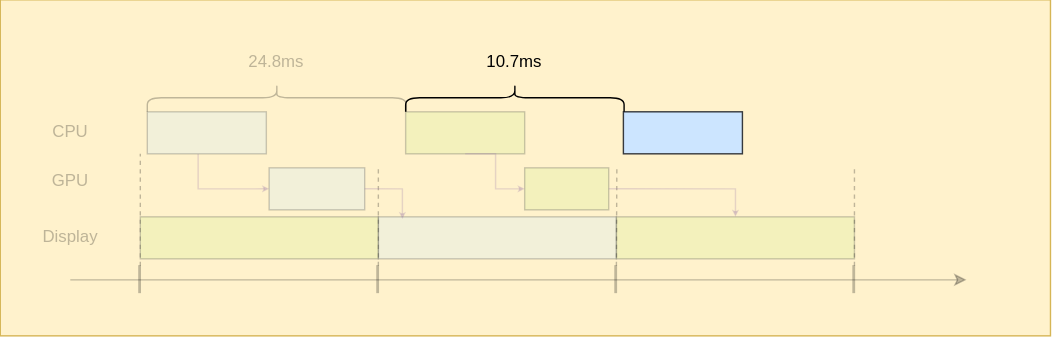
Before: public/posts/timestep-and-frame-pacing-2/resources/croteam_7.svg, a diagram exported from draw.io (raylee9919/raylee9919.github.io). Source tidied: cells renumbered, new cells last; positions are measured from the earlier drawing's top-left corner, leaving out a move shared by most shapes. Its diagram source:
```xml
<mxGraphModel>
  <root>
    <mxCell id="0" />
    <mxCell id="1" parent="0" />
    <mxCell id="2" style="rounded=0;whiteSpace=wrap;html=1;fillColor=#fff2cc;strokeColor=#d6b656;" parent="1" vertex="1">
      <mxGeometry y="22" width="750" height="240" as="geometry" />
    </mxCell>
    <mxCell id="3" style="endArrow=classic;html=1;rounded=0;entryX=0;entryY=0.5;entryDx=0;entryDy=0;opacity=25;" parent="1" edge="1">
      <mxGeometry relative="1" as="geometry">
        <mxPoint x="50" y="222" as="sourcePoint" />
        <mxPoint x="690" y="222" as="targetPoint" />
      </mxGeometry>
    </mxCell>
    <mxCell id="4" style="endArrow=none;html=1;rounded=0;strokeWidth=2;opacity=25;" parent="1" edge="1">
      <mxGeometry relative="1" as="geometry">
        <mxPoint x="100" y="232" as="sourcePoint" />
        <mxPoint x="100" y="212" as="targetPoint" />
      </mxGeometry>
    </mxCell>
    <mxCell id="5" style="rounded=0;whiteSpace=wrap;html=1;fillColor=#cce5ff;strokeColor=#36393d;textOpacity=25;opacity=25;" parent="1" vertex="1">
      <mxGeometry x="105" y="102" width="85" height="30" as="geometry" />
    </mxCell>
    <mxCell id="6" style="rounded=0;whiteSpace=wrap;html=1;fillColor=#cce5ff;strokeColor=#36393d;opacity=25;" parent="1" vertex="1">
      <mxGeometry x="192" y="142" width="68.2" height="30" as="geometry" />
    </mxCell>
    <mxCell id="7" style="rounded=0;whiteSpace=wrap;html=1;fillColor=#cce5ff;strokeColor=#36393d;opacity=25;" parent="1" vertex="1">
      <mxGeometry x="270" y="177" width="170" height="30" as="geometry" />
    </mxCell>
    <mxCell id="8" style="endArrow=none;html=1;rounded=0;strokeWidth=2;opacity=25;" parent="1" edge="1">
      <mxGeometry relative="1" as="geometry">
        <mxPoint x="270" y="232" as="sourcePoint" />
        <mxPoint x="270" y="212" as="targetPoint" />
      </mxGeometry>
    </mxCell>
    <mxCell id="9" style="endArrow=none;html=1;rounded=0;strokeWidth=2;opacity=25;" parent="1" edge="1">
      <mxGeometry relative="1" as="geometry">
        <mxPoint x="440" y="232" as="sourcePoint" />
        <mxPoint x="440" y="212" as="targetPoint" />
      </mxGeometry>
    </mxCell>
    <mxCell id="10" style="endArrow=none;dashed=1;html=1;rounded=0;entryX=0;entryY=1;entryDx=0;entryDy=0;opacity=25;" parent="1" edge="1">
      <mxGeometry relative="1" as="geometry">
        <mxPoint x="100" y="212" as="sourcePoint" />
        <mxPoint x="100" y="132" as="targetPoint" />
      </mxGeometry>
    </mxCell>
    <mxCell id="11" style="endArrow=none;dashed=1;html=1;rounded=0;entryX=0;entryY=1;entryDx=0;entryDy=0;opacity=25;" parent="1" edge="1">
      <mxGeometry relative="1" as="geometry">
        <mxPoint x="270" y="212" as="sourcePoint" />
        <mxPoint x="270" y="142" as="targetPoint" />
      </mxGeometry>
    </mxCell>
    <mxCell id="12" style="endArrow=classic;html=1;rounded=0;exitX=0.427;exitY=1.007;exitDx=0;exitDy=0;entryX=0;entryY=0.5;entryDx=0;entryDy=0;endSize=2;edgeStyle=orthogonalEdgeStyle;fillColor=#e1d5e7;strokeColor=#9673a6;exitPerimeter=0;opacity=25;" parent="1" edge="1" source="5" target="6">
      <mxGeometry relative="1" as="geometry" />
    </mxCell>
    <mxCell id="13" style="endArrow=classic;html=1;rounded=0;exitX=1;exitY=0.5;exitDx=0;exitDy=0;endSize=2;edgeStyle=orthogonalEdgeStyle;entryX=0.101;entryY=0.052;entryDx=0;entryDy=0;fillColor=#e1d5e7;strokeColor=#9673a6;entryPerimeter=0;opacity=25;" parent="1" edge="1" source="6" target="7">
      <mxGeometry relative="1" as="geometry" />
    </mxCell>
    <mxCell id="14" style="rounded=0;whiteSpace=wrap;html=1;fillColor=#cdeb8b;strokeColor=#36393d;opacity=25;" parent="1" vertex="1">
      <mxGeometry x="100" y="177" width="170" height="30" as="geometry" />
    </mxCell>
    <mxCell id="15" style="endArrow=none;html=1;rounded=0;strokeWidth=2;opacity=25;" parent="1" edge="1">
      <mxGeometry relative="1" as="geometry">
        <mxPoint x="610" y="232" as="sourcePoint" />
        <mxPoint x="610" y="212" as="targetPoint" />
      </mxGeometry>
    </mxCell>
    <mxCell id="16" style="rounded=0;whiteSpace=wrap;html=1;fillColor=#cdeb8b;strokeColor=#36393d;opacity=25;" parent="1" vertex="1">
      <mxGeometry x="440" y="177" width="170" height="30" as="geometry" />
    </mxCell>
    <mxCell id="17" style="endArrow=none;dashed=1;html=1;rounded=0;entryX=0.75;entryY=0;entryDx=0;entryDy=0;opacity=25;" parent="1" edge="1">
      <mxGeometry relative="1" as="geometry">
        <mxPoint x="610" y="212" as="sourcePoint" />
        <mxPoint x="610" y="142" as="targetPoint" />
      </mxGeometry>
    </mxCell>
    <mxCell id="18" style="rounded=0;whiteSpace=wrap;html=1;fillColor=#cdeb8b;strokeColor=#36393d;opacity=25;" parent="1" vertex="1">
      <mxGeometry x="289.5" y="102" width="85" height="30" as="geometry" />
    </mxCell>
    <mxCell id="19" style="rounded=0;whiteSpace=wrap;html=1;fillColor=#cdeb8b;strokeColor=#36393d;textOpacity=25;opacity=25;" parent="1" vertex="1">
      <mxGeometry x="374.5" y="142" width="60" height="30" as="geometry" />
    </mxCell>
    <mxCell id="20" style="endArrow=none;dashed=1;html=1;rounded=0;entryX=0.664;entryY=0.01;entryDx=0;entryDy=0;entryPerimeter=0;opacity=25;" parent="1" edge="1">
      <mxGeometry relative="1" as="geometry">
        <mxPoint x="440" y="212" as="sourcePoint" />
        <mxPoint x="440.3" y="142.3" as="targetPoint" />
      </mxGeometry>
    </mxCell>
    <mxCell id="21" style="endArrow=classic;html=1;rounded=0;exitX=1;exitY=0.5;exitDx=0;exitDy=0;endSize=2;edgeStyle=orthogonalEdgeStyle;fillColor=#e1d5e7;strokeColor=#9673a6;opacity=25;" parent="1" edge="1" source="19" target="16">
      <mxGeometry relative="1" as="geometry" />
    </mxCell>
    <mxCell id="22" style="shape=curlyBracket;whiteSpace=wrap;html=1;rounded=1;flipH=1;labelPosition=right;verticalLabelPosition=middle;align=left;verticalAlign=middle;legacyAnchorPoints=0;rotation=-90;textOpacity=25;opacity=25;" parent="1" vertex="1">
      <mxGeometry x="187.5" y="-0.5" width="20" height="185" as="geometry" />
    </mxCell>
    <mxCell id="23" value="24.8ms" style="text;html=1;whiteSpace=wrap;strokeColor=none;fillColor=none;align=center;verticalAlign=middle;rounded=0;textOpacity=25;" parent="1" vertex="1">
      <mxGeometry x="167.5" y="52" width="60" height="30" as="geometry" />
    </mxCell>
    <mxCell id="24" value="CPU" style="text;html=1;whiteSpace=wrap;strokeColor=none;fillColor=none;align=center;verticalAlign=middle;rounded=0;textOpacity=25;" parent="1" vertex="1">
      <mxGeometry x="20" y="102" width="60" height="30" as="geometry" />
    </mxCell>
    <mxCell id="25" value="GPU" style="text;html=1;whiteSpace=wrap;strokeColor=none;fillColor=none;align=center;verticalAlign=middle;rounded=0;textOpacity=25;" parent="1" vertex="1">
      <mxGeometry x="20" y="137" width="60" height="30" as="geometry" />
    </mxCell>
    <mxCell id="26" value="Display" style="text;html=1;whiteSpace=wrap;strokeColor=none;fillColor=none;align=center;verticalAlign=middle;rounded=0;textOpacity=25;" parent="1" vertex="1">
      <mxGeometry x="20" y="177" width="60" height="30" as="geometry" />
    </mxCell>
    <mxCell id="27" style="endArrow=classic;html=1;rounded=0;exitX=0.5;exitY=1;exitDx=0;exitDy=0;entryX=0;entryY=0.5;entryDx=0;entryDy=0;endSize=2;edgeStyle=orthogonalEdgeStyle;fillColor=#e1d5e7;strokeColor=#9673a6;textOpacity=25;opacity=25;" parent="1" edge="1" target="19">
      <mxGeometry relative="1" as="geometry">
        <mxPoint x="332" y="132" as="sourcePoint" />
      </mxGeometry>
    </mxCell>
    <mxCell id="28" style="rounded=0;whiteSpace=wrap;html=1;fillColor=#cce5ff;strokeColor=#36393d;" parent="1" vertex="1">
      <mxGeometry x="445" y="102" width="85" height="30" as="geometry" />
    </mxCell>
    <mxCell id="29" style="shape=curlyBracket;whiteSpace=wrap;html=1;rounded=1;flipH=1;labelPosition=right;verticalLabelPosition=middle;align=left;verticalAlign=middle;legacyAnchorPoints=0;rotation=-90;textOpacity=25;" parent="1" vertex="1">
      <mxGeometry x="357.5" y="14" width="20" height="156" as="geometry" />
    </mxCell>
    <mxCell id="30" value="10.7ms" style="text;html=1;whiteSpace=wrap;strokeColor=none;fillColor=none;align=center;verticalAlign=middle;rounded=0;" parent="1" vertex="1">
      <mxGeometry x="337.5" y="52" width="60" height="30" as="geometry" />
    </mxCell>
  </root>
</mxGraphModel>
```
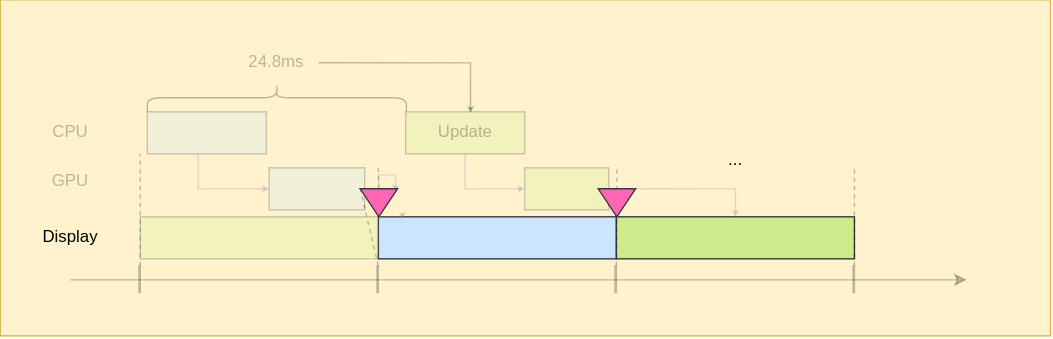
Above is the later version.

Diff of the diagram source:
```diff
@@ -23,7 +23,7 @@
     <mxCell id="6" style="rounded=0;whiteSpace=wrap;html=1;fillColor=#cce5ff;strokeColor=#36393d;opacity=25;" parent="1" vertex="1">
       <mxGeometry x="192" y="142" width="68.2" height="30" as="geometry" />
     </mxCell>
-    <mxCell id="7" style="rounded=0;whiteSpace=wrap;html=1;fillColor=#cce5ff;strokeColor=#36393d;opacity=25;" parent="1" vertex="1">
+    <mxCell id="7" style="rounded=0;whiteSpace=wrap;html=1;fillColor=#cce5ff;strokeColor=#36393d;" parent="1" vertex="1">
       <mxGeometry x="270" y="177" width="170" height="30" as="geometry" />
     </mxCell>
     <mxCell id="8" style="endArrow=none;html=1;rounded=0;strokeWidth=2;opacity=25;" parent="1" edge="1">
@@ -44,16 +44,15 @@
         <mxPoint x="100" y="132" as="targetPoint" />
       </mxGeometry>
     </mxCell>
-    <mxCell id="11" style="endArrow=none;dashed=1;html=1;rounded=0;entryX=0;entryY=1;entryDx=0;entryDy=0;opacity=25;" parent="1" edge="1">
+    <mxCell id="11" style="endArrow=none;dashed=1;html=1;rounded=0;entryX=0;entryY=1;entryDx=0;entryDy=0;opacity=25;" parent="1" edge="1" source="33">
       <mxGeometry relative="1" as="geometry">
-        <mxPoint x="270" y="212" as="sourcePoint" />
         <mxPoint x="270" y="142" as="targetPoint" />
       </mxGeometry>
     </mxCell>
     <mxCell id="12" style="endArrow=classic;html=1;rounded=0;exitX=0.427;exitY=1.007;exitDx=0;exitDy=0;entryX=0;entryY=0.5;entryDx=0;entryDy=0;endSize=2;edgeStyle=orthogonalEdgeStyle;fillColor=#e1d5e7;strokeColor=#9673a6;exitPerimeter=0;opacity=25;" parent="1" edge="1" source="5" target="6">
       <mxGeometry relative="1" as="geometry" />
     </mxCell>
-    <mxCell id="13" style="endArrow=classic;html=1;rounded=0;exitX=1;exitY=0.5;exitDx=0;exitDy=0;endSize=2;edgeStyle=orthogonalEdgeStyle;entryX=0.101;entryY=0.052;entryDx=0;entryDy=0;fillColor=#e1d5e7;strokeColor=#9673a6;entryPerimeter=0;opacity=25;" parent="1" edge="1" source="6" target="7">
+    <mxCell id="13" style="endArrow=classic;html=1;rounded=0;exitX=1;exitY=0.5;exitDx=0;exitDy=0;endSize=2;edgeStyle=orthogonalEdgeStyle;entryX=0.101;entryY=0.052;entryDx=0;entryDy=0;fillColor=#e1d5e7;strokeColor=#9673a6;entryPerimeter=0;opacity=25;" parent="1" edge="1" source="33" target="7">
       <mxGeometry relative="1" as="geometry" />
     </mxCell>
     <mxCell id="14" style="rounded=0;whiteSpace=wrap;html=1;fillColor=#cdeb8b;strokeColor=#36393d;opacity=25;" parent="1" vertex="1">
@@ -65,7 +64,7 @@
         <mxPoint x="610" y="212" as="targetPoint" />
       </mxGeometry>
     </mxCell>
-    <mxCell id="16" style="rounded=0;whiteSpace=wrap;html=1;fillColor=#cdeb8b;strokeColor=#36393d;opacity=25;" parent="1" vertex="1">
+    <mxCell id="16" style="rounded=0;whiteSpace=wrap;html=1;fillColor=#cdeb8b;strokeColor=#36393d;" parent="1" vertex="1">
       <mxGeometry x="440" y="177" width="170" height="30" as="geometry" />
     </mxCell>
     <mxCell id="17" style="endArrow=none;dashed=1;html=1;rounded=0;entryX=0.75;entryY=0;entryDx=0;entryDy=0;opacity=25;" parent="1" edge="1">
@@ -86,37 +85,49 @@
         <mxPoint x="440.3" y="142.3" as="targetPoint" />
       </mxGeometry>
     </mxCell>
-    <mxCell id="21" style="endArrow=classic;html=1;rounded=0;exitX=1;exitY=0.5;exitDx=0;exitDy=0;endSize=2;edgeStyle=orthogonalEdgeStyle;fillColor=#e1d5e7;strokeColor=#9673a6;opacity=25;" parent="1" edge="1" source="19" target="16">
-      <mxGeometry relative="1" as="geometry" />
+    <mxCell id="21" value="..." style="text;html=1;whiteSpace=wrap;strokeColor=none;fillColor=none;align=center;verticalAlign=middle;rounded=0;opacity=25;" parent="1" vertex="1">
+      <mxGeometry x="495" y="122" width="60" height="30" as="geometry" />
     </mxCell>
-    <mxCell id="22" style="shape=curlyBracket;whiteSpace=wrap;html=1;rounded=1;flipH=1;labelPosition=right;verticalLabelPosition=middle;align=left;verticalAlign=middle;legacyAnchorPoints=0;rotation=-90;textOpacity=25;opacity=25;" parent="1" vertex="1">
-      <mxGeometry x="187.5" y="-0.5" width="20" height="185" as="geometry" />
+    <mxCell id="22" style="endArrow=classic;html=1;rounded=0;exitX=1;exitY=0.5;exitDx=0;exitDy=0;endSize=2;edgeStyle=orthogonalEdgeStyle;fillColor=#e1d5e7;strokeColor=#9673a6;opacity=25;" parent="1" edge="1" source="19" target="16">
+      <mxGeometry relative="1" as="geometry" />
     </mxCell>
-    <mxCell id="23" value="24.8ms" style="text;html=1;whiteSpace=wrap;strokeColor=none;fillColor=none;align=center;verticalAlign=middle;rounded=0;textOpacity=25;" parent="1" vertex="1">
-      <mxGeometry x="167.5" y="52" width="60" height="30" as="geometry" />
+    <mxCell id="23" style="shape=curlyBracket;whiteSpace=wrap;html=1;rounded=1;flipH=1;labelPosition=right;verticalLabelPosition=middle;align=left;verticalAlign=middle;legacyAnchorPoints=0;rotation=-90;textOpacity=25;opacity=25;" parent="1" vertex="1">
+      <mxGeometry x="187.5" y="-0.5" width="20" height="185" as="geometry" />
     </mxCell>
-    <mxCell id="24" value="CPU" style="text;html=1;whiteSpace=wrap;strokeColor=none;fillColor=none;align=center;verticalAlign=middle;rounded=0;textOpacity=25;" parent="1" vertex="1">
-      <mxGeometry x="20" y="102" width="60" height="30" as="geometry" />
+    <mxCell id="24" value="24.8ms" style="text;html=1;whiteSpace=wrap;strokeColor=none;fillColor=none;align=center;verticalAlign=middle;rounded=0;textOpacity=25;" parent="1" vertex="1">
+      <mxGeometry x="167.5" y="52" width="60" height="30" as="geometry" />
     </mxCell>
-    <mxCell id="25" value="GPU" style="text;html=1;whiteSpace=wrap;strokeColor=none;fillColor=none;align=center;verticalAlign=middle;rounded=0;textOpacity=25;" parent="1" vertex="1">
-      <mxGeometry x="20" y="137" width="60" height="30" as="geometry" />
+    <mxCell id="25" style="endArrow=classic;html=1;rounded=0;exitX=1;exitY=0.5;exitDx=0;exitDy=0;entryX=0.545;entryY=0.029;entryDx=0;entryDy=0;entryPerimeter=0;edgeStyle=orthogonalEdgeStyle;endSize=2;opacity=25;" parent="1" edge="1" source="24" target="18">
+      <mxGeometry relative="1" as="geometry" />
     </mxCell>
-    <mxCell id="26" value="Display" style="text;html=1;whiteSpace=wrap;strokeColor=none;fillColor=none;align=center;verticalAlign=middle;rounded=0;textOpacity=25;" parent="1" vertex="1">
-      <mxGeometry x="20" y="177" width="60" height="30" as="geometry" />
+    <mxCell id="26" value="Update" style="text;html=1;whiteSpace=wrap;strokeColor=none;fillColor=none;align=center;verticalAlign=middle;rounded=0;textOpacity=25;" parent="1" vertex="1">
+      <mxGeometry x="302" y="102" width="60" height="30" as="geometry" />
     </mxCell>
-    <mxCell id="27" style="endArrow=classic;html=1;rounded=0;exitX=0.5;exitY=1;exitDx=0;exitDy=0;entryX=0;entryY=0.5;entryDx=0;entryDy=0;endSize=2;edgeStyle=orthogonalEdgeStyle;fillColor=#e1d5e7;strokeColor=#9673a6;textOpacity=25;opacity=25;" parent="1" edge="1" target="19">
-      <mxGeometry relative="1" as="geometry">
-        <mxPoint x="332" y="132" as="sourcePoint" />
-      </mxGeometry>
+    <mxCell id="27" value="CPU" style="text;html=1;whiteSpace=wrap;strokeColor=none;fillColor=none;align=center;verticalAlign=middle;rounded=0;textOpacity=25;" parent="1" vertex="1">
+      <mxGeometry x="20" y="102" width="60" height="30" as="geometry" />
     </mxCell>
-    <mxCell id="28" style="rounded=0;whiteSpace=wrap;html=1;fillColor=#cce5ff;strokeColor=#36393d;" parent="1" vertex="1">
-      <mxGeometry x="445" y="102" width="85" height="30" as="geometry" />
+    <mxCell id="28" value="GPU" style="text;html=1;whiteSpace=wrap;strokeColor=none;fillColor=none;align=center;verticalAlign=middle;rounded=0;textOpacity=25;" parent="1" vertex="1">
+      <mxGeometry x="20" y="137" width="60" height="30" as="geometry" />
     </mxCell>
-    <mxCell id="29" style="shape=curlyBracket;whiteSpace=wrap;html=1;rounded=1;flipH=1;labelPosition=right;verticalLabelPosition=middle;align=left;verticalAlign=middle;legacyAnchorPoints=0;rotation=-90;textOpacity=25;" parent="1" vertex="1">
-      <mxGeometry x="357.5" y="14" width="20" height="156" as="geometry" />
+    <mxCell id="29" value="Display" style="text;html=1;whiteSpace=wrap;strokeColor=none;fillColor=none;align=center;verticalAlign=middle;rounded=0;" parent="1" vertex="1">
+      <mxGeometry x="20" y="177" width="60" height="30" as="geometry" />
     </mxCell>
-    <mxCell id="30" value="10.7ms" style="text;html=1;whiteSpace=wrap;strokeColor=none;fillColor=none;align=center;verticalAlign=middle;rounded=0;" parent="1" vertex="1">
-      <mxGeometry x="337.5" y="52" width="60" height="30" as="geometry" />
+    <mxCell id="30" style="endArrow=classic;html=1;rounded=0;exitX=0.5;exitY=1;exitDx=0;exitDy=0;entryX=0;entryY=0.5;entryDx=0;entryDy=0;endSize=2;edgeStyle=orthogonalEdgeStyle;fillColor=#e1d5e7;strokeColor=#9673a6;textOpacity=25;opacity=25;" parent="1" edge="1" source="26" target="19">
+      <mxGeometry relative="1" as="geometry" />
     </mxCell>
+    <mxCell id="31" style="endArrow=classic;html=1;rounded=0;exitX=1;exitY=0.5;exitDx=0;exitDy=0;endSize=2;edgeStyle=orthogonalEdgeStyle;entryX=0.101;entryY=0.052;entryDx=0;entryDy=0;fillColor=#e1d5e7;strokeColor=#9673a6;entryPerimeter=0;opacity=25;" parent="1" edge="1" source="6" target="33">
+      <mxGeometry relative="1" as="geometry" />
+    </mxCell>
+    <mxCell id="32" style="endArrow=none;dashed=1;html=1;rounded=0;entryX=0;entryY=1;entryDx=0;entryDy=0;opacity=25;" parent="1" edge="1" target="33">
+      <mxGeometry relative="1" as="geometry">
+        <mxPoint x="270" y="212" as="sourcePoint" />
+      </mxGeometry>
+    </mxCell>
+    <mxCell id="33" style="triangle;whiteSpace=wrap;html=1;shapeInside=1;rotation=90;fillColor=#FF66B3;strokeColor=#36393d;" parent="1" vertex="1">
+      <mxGeometry x="260.3" y="153.7" width="20" height="26.7" as="geometry" />
+    </mxCell>
+    <mxCell id="34" style="triangle;whiteSpace=wrap;html=1;shapeInside=1;rotation=90;fillColor=#FF66B3;strokeColor=#36393d;" parent="1" vertex="1">
+      <mxGeometry x="430.3" y="153.7" width="20" height="26.7" as="geometry" />
+    </mxCell>
   </root>
 </mxGraphModel>
```
